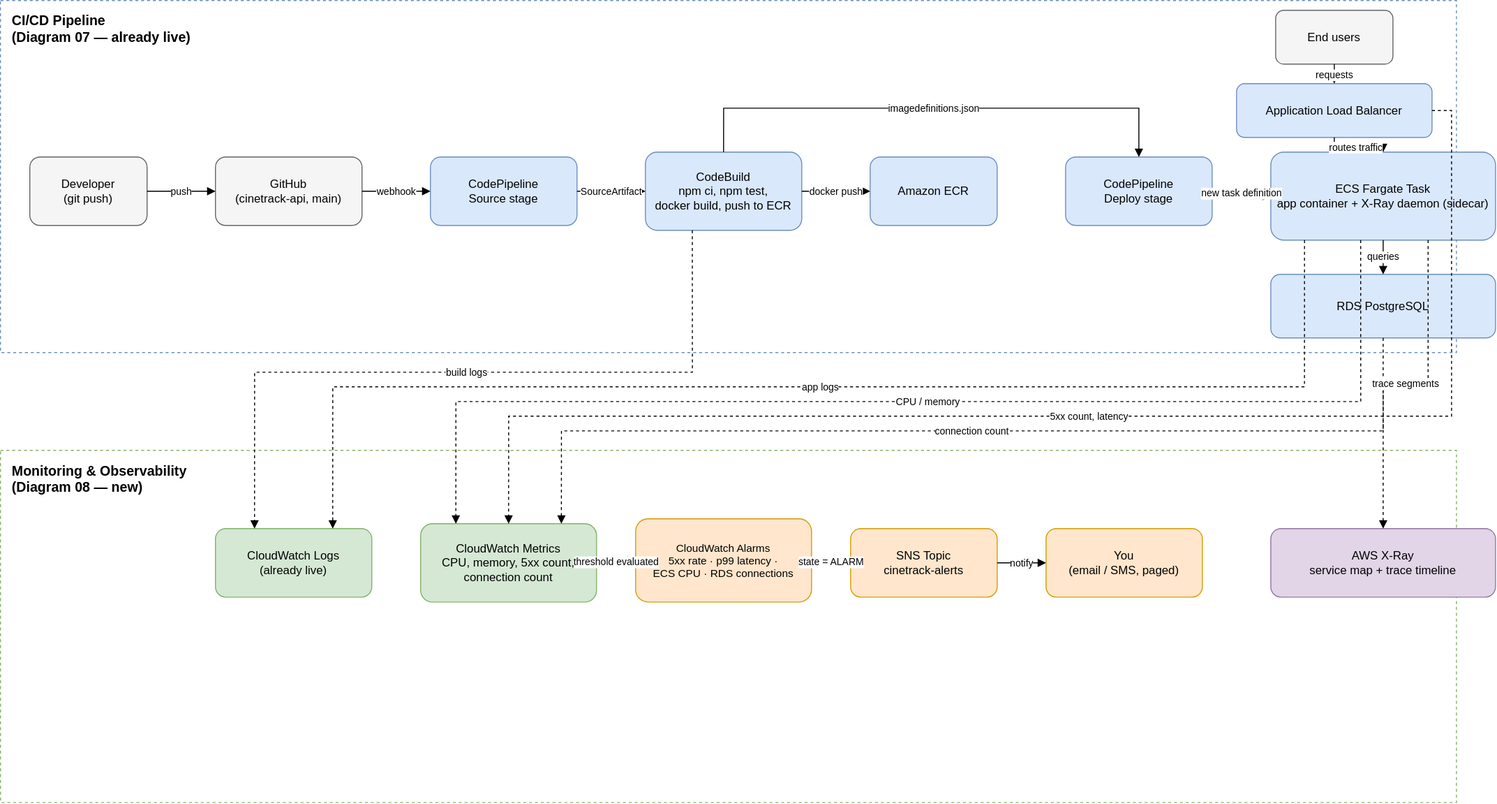
Earlier version of the draw.io export monitor.drawio.svg (Zaamaar/monitor-cinetrack). Source tidied: cells renumbered, new cells last; positions are measured from the earlier drawing's top-left corner, leaving out a move shared by most shapes. Source of this version:
```xml
<mxGraphModel>
  <root>
    <mxCell id="0" />
    <mxCell id="1" parent="0" />
    <mxCell id="2" value="CI/CD Pipeline&#10;(Diagram 07 — already live)" style="rounded=0;whiteSpace=wrap;html=1;fillColor=default;strokeColor=#6c8ebf;verticalAlign=top;fontStyle=1;fontSize=14;dashed=1;align=left;spacingLeft=10;spacingTop=6;" parent="1" vertex="1">
      <mxGeometry width="1490" height="360" as="geometry" />
    </mxCell>
    <mxCell id="3" value="Monitoring &amp; Observability&#10;(Diagram 08 — new)" style="rounded=0;whiteSpace=wrap;html=1;fillColor=none;strokeColor=#82b366;verticalAlign=top;fontStyle=1;fontSize=14;dashed=1;align=left;spacingLeft=10;spacingTop=6;" parent="1" vertex="1">
      <mxGeometry y="460" width="1490" height="360" as="geometry" />
    </mxCell>
    <mxCell id="4" value="End users" style="rounded=1;whiteSpace=wrap;html=1;fillColor=#f5f5f5;strokeColor=#666666;fontSize=12;" parent="1" vertex="1">
      <mxGeometry x="1305" y="10" width="120" height="55" as="geometry" />
    </mxCell>
    <mxCell id="5" value="Application Load Balancer" style="rounded=1;whiteSpace=wrap;html=1;fillColor=#dae8fc;strokeColor=#6c8ebf;fontSize=12;" parent="1" vertex="1">
      <mxGeometry x="1265" y="85" width="200" height="55" as="geometry" />
    </mxCell>
    <mxCell id="6" value="Developer&#10;(git push)" style="rounded=1;whiteSpace=wrap;html=1;fillColor=#f5f5f5;strokeColor=#666666;fontSize=12;" parent="1" vertex="1">
      <mxGeometry x="30" y="160" width="120" height="70" as="geometry" />
    </mxCell>
    <mxCell id="7" value="GitHub&#10;(cinetrack-api, main)" style="rounded=1;whiteSpace=wrap;html=1;fillColor=#f5f5f5;strokeColor=#666666;fontSize=12;" parent="1" vertex="1">
      <mxGeometry x="220" y="160" width="150" height="70" as="geometry" />
    </mxCell>
    <mxCell id="8" value="CodePipeline&#10;Source stage" style="rounded=1;whiteSpace=wrap;html=1;fillColor=#dae8fc;strokeColor=#6c8ebf;fontSize=12;" parent="1" vertex="1">
      <mxGeometry x="440" y="160" width="150" height="70" as="geometry" />
    </mxCell>
    <mxCell id="9" value="CodeBuild&#10;npm ci, npm test,&#10;docker build, push to ECR" style="rounded=1;whiteSpace=wrap;html=1;fillColor=#dae8fc;strokeColor=#6c8ebf;fontSize=12;" parent="1" vertex="1">
      <mxGeometry x="660" y="155" width="160" height="80" as="geometry" />
    </mxCell>
    <mxCell id="10" value="Amazon ECR" style="rounded=1;whiteSpace=wrap;html=1;fillColor=#dae8fc;strokeColor=#6c8ebf;fontSize=12;" parent="1" vertex="1">
      <mxGeometry x="890" y="160" width="130" height="70" as="geometry" />
    </mxCell>
    <mxCell id="11" value="CodePipeline&#10;Deploy stage" style="rounded=1;whiteSpace=wrap;html=1;fillColor=#dae8fc;strokeColor=#6c8ebf;fontSize=12;" parent="1" vertex="1">
      <mxGeometry x="1090" y="160" width="150" height="70" as="geometry" />
    </mxCell>
    <mxCell id="12" value="ECS Fargate Task&#10;app container + X-Ray daemon (sidecar)" style="rounded=1;whiteSpace=wrap;html=1;fillColor=#dae8fc;strokeColor=#6c8ebf;fontSize=12;" parent="1" vertex="1">
      <mxGeometry x="1300" y="155" width="230" height="90" as="geometry" />
    </mxCell>
    <mxCell id="13" value="RDS PostgreSQL" style="rounded=1;whiteSpace=wrap;html=1;fillColor=#dae8fc;strokeColor=#6c8ebf;fontSize=12;" parent="1" vertex="1">
      <mxGeometry x="1300" y="280" width="230" height="65" as="geometry" />
    </mxCell>
    <mxCell id="14" value="CloudWatch Logs&#10;(already live)" style="rounded=1;whiteSpace=wrap;html=1;fillColor=#d5e8d4;strokeColor=#82b366;fontSize=12;" parent="1" vertex="1">
      <mxGeometry x="220" y="540" width="160" height="70" as="geometry" />
    </mxCell>
    <mxCell id="15" value="CloudWatch Metrics&#10;CPU, memory, 5xx count,&#10;connection count" style="rounded=1;whiteSpace=wrap;html=1;fillColor=#d5e8d4;strokeColor=#82b366;fontSize=12;" parent="1" vertex="1">
      <mxGeometry x="430" y="535" width="180" height="80" as="geometry" />
    </mxCell>
    <mxCell id="16" value="CloudWatch Alarms&#10;5xx rate · p99 latency ·&#10;ECS CPU · RDS connections" style="rounded=1;whiteSpace=wrap;html=1;fillColor=#ffe6cc;strokeColor=#d79b00;fontSize=11;" parent="1" vertex="1">
      <mxGeometry x="650" y="530" width="180" height="85" as="geometry" />
    </mxCell>
    <mxCell id="17" value="SNS Topic&#10;cinetrack-alerts" style="rounded=1;whiteSpace=wrap;html=1;fillColor=#ffe6cc;strokeColor=#d79b00;fontSize=12;" parent="1" vertex="1">
      <mxGeometry x="870" y="540" width="150" height="70" as="geometry" />
    </mxCell>
    <mxCell id="18" value="You&#10;(email / SMS, paged)" style="rounded=1;whiteSpace=wrap;html=1;fillColor=#ffe6cc;strokeColor=#d79b00;fontSize=12;" parent="1" vertex="1">
      <mxGeometry x="1070" y="540" width="160" height="70" as="geometry" />
    </mxCell>
    <mxCell id="19" value="AWS X-Ray&#10;service map + trace timeline" style="rounded=1;whiteSpace=wrap;html=1;fillColor=#e1d5e7;strokeColor=#9673a6;fontSize=12;" parent="1" vertex="1">
      <mxGeometry x="1300" y="540" width="230" height="70" as="geometry" />
    </mxCell>
    <mxCell id="20" value="push" style="edgeStyle=orthogonalEdgeStyle;rounded=0;html=1;endArrow=block;fontSize=10;exitX=1;exitY=0.5;entryX=0;entryY=0.5;" parent="1" edge="1" source="6" target="7">
      <mxGeometry relative="1" as="geometry" />
    </mxCell>
    <mxCell id="21" value="webhook" style="edgeStyle=orthogonalEdgeStyle;rounded=0;html=1;endArrow=block;fontSize=10;exitX=1;exitY=0.5;entryX=0;entryY=0.5;" parent="1" edge="1" source="7" target="8">
      <mxGeometry relative="1" as="geometry" />
    </mxCell>
    <mxCell id="22" value="SourceArtifact" style="edgeStyle=orthogonalEdgeStyle;rounded=0;html=1;endArrow=block;fontSize=10;exitX=1;exitY=0.5;entryX=0;entryY=0.5;" parent="1" edge="1" source="8" target="9">
      <mxGeometry relative="1" as="geometry" />
    </mxCell>
    <mxCell id="23" value="docker push" style="edgeStyle=orthogonalEdgeStyle;rounded=0;html=1;endArrow=block;fontSize=10;exitX=1;exitY=0.5;entryX=0;entryY=0.5;" parent="1" edge="1" source="9" target="10">
      <mxGeometry relative="1" as="geometry" />
    </mxCell>
    <mxCell id="24" value="imagedefinitions.json" style="edgeStyle=orthogonalEdgeStyle;rounded=0;html=1;endArrow=block;fontSize=10;exitX=0.5;exitY=0;entryX=0.5;entryY=0;" parent="1" edge="1" source="9" target="11">
      <mxGeometry relative="1" as="geometry">
        <Array as="points">
          <mxPoint x="740" y="110" />
          <mxPoint x="1165" y="110" />
        </Array>
      </mxGeometry>
    </mxCell>
    <mxCell id="25" value="new task definition" style="edgeStyle=orthogonalEdgeStyle;rounded=0;html=1;endArrow=block;fontSize=10;exitX=1;exitY=0.5;entryX=0;entryY=0.5;" parent="1" edge="1" source="11" target="12">
      <mxGeometry relative="1" as="geometry" />
    </mxCell>
    <mxCell id="26" value="queries" style="edgeStyle=orthogonalEdgeStyle;rounded=0;html=1;endArrow=block;fontSize=10;exitX=0.5;exitY=1;entryX=0.5;entryY=0;" parent="1" edge="1" source="12" target="13">
      <mxGeometry relative="1" as="geometry" />
    </mxCell>
    <mxCell id="27" value="routes traffic" style="edgeStyle=orthogonalEdgeStyle;rounded=0;html=1;endArrow=block;fontSize=10;exitX=0.5;exitY=1;entryX=0.5;entryY=0;" parent="1" edge="1" source="5" target="12">
      <mxGeometry relative="1" as="geometry" />
    </mxCell>
    <mxCell id="28" value="requests" style="edgeStyle=orthogonalEdgeStyle;rounded=0;html=1;endArrow=block;fontSize=10;exitX=0.5;exitY=1;entryX=0.5;entryY=0;" parent="1" edge="1" source="4" target="5">
      <mxGeometry relative="1" as="geometry" />
    </mxCell>
    <mxCell id="29" value="build logs" style="edgeStyle=orthogonalEdgeStyle;rounded=0;html=1;endArrow=block;dashed=1;fontSize=10;exitX=0.3;exitY=1;entryX=0.25;entryY=0;" parent="1" edge="1" source="9" target="14">
      <mxGeometry relative="1" as="geometry">
        <Array as="points">
          <mxPoint x="708" y="380" />
          <mxPoint x="260" y="380" />
        </Array>
      </mxGeometry>
    </mxCell>
    <mxCell id="30" value="app logs" style="edgeStyle=orthogonalEdgeStyle;rounded=0;html=1;endArrow=block;dashed=1;fontSize=10;exitX=0.15;exitY=1;entryX=0.75;entryY=0;" parent="1" edge="1" source="12" target="14">
      <mxGeometry relative="1" as="geometry">
        <Array as="points">
          <mxPoint x="1335" y="395" />
          <mxPoint x="340" y="395" />
        </Array>
      </mxGeometry>
    </mxCell>
    <mxCell id="31" value="CPU / memory" style="edgeStyle=orthogonalEdgeStyle;rounded=0;html=1;endArrow=block;dashed=1;fontSize=10;exitX=0.4;exitY=1;entryX=0.2;entryY=0;" parent="1" edge="1" source="12" target="15">
      <mxGeometry relative="1" as="geometry">
        <Array as="points">
          <mxPoint x="1392" y="410" />
          <mxPoint x="466" y="410" />
        </Array>
      </mxGeometry>
    </mxCell>
    <mxCell id="32" value="5xx count, latency" style="edgeStyle=orthogonalEdgeStyle;rounded=0;html=1;endArrow=block;dashed=1;fontSize=10;exitX=1;exitY=0.5;entryX=0.5;entryY=0;" parent="1" edge="1" source="5" target="15">
      <mxGeometry relative="1" as="geometry">
        <Array as="points">
          <mxPoint x="1485" y="112" />
          <mxPoint x="1485" y="425" />
          <mxPoint x="520" y="425" />
        </Array>
      </mxGeometry>
    </mxCell>
    <mxCell id="33" value="connection count" style="edgeStyle=orthogonalEdgeStyle;rounded=0;html=1;endArrow=block;dashed=1;fontSize=10;exitX=0.5;exitY=1;entryX=0.8;entryY=0;" parent="1" edge="1" source="13" target="15">
      <mxGeometry relative="1" as="geometry">
        <Array as="points">
          <mxPoint x="1415" y="440" />
          <mxPoint x="574" y="440" />
        </Array>
      </mxGeometry>
    </mxCell>
    <mxCell id="34" value="trace segments" style="edgeStyle=orthogonalEdgeStyle;rounded=0;html=1;endArrow=block;dashed=1;fontSize=10;exitX=0.7;exitY=1;entryX=0.5;entryY=0;" parent="1" edge="1" source="12" target="19">
      <mxGeometry relative="1" as="geometry" />
    </mxCell>
    <mxCell id="35" value="threshold evaluated" style="edgeStyle=orthogonalEdgeStyle;rounded=0;html=1;endArrow=block;fontSize=10;exitX=1;exitY=0.5;entryX=0;entryY=0.5;" parent="1" edge="1" source="15" target="16">
      <mxGeometry relative="1" as="geometry" />
    </mxCell>
    <mxCell id="36" value="state = ALARM" style="edgeStyle=orthogonalEdgeStyle;rounded=0;html=1;endArrow=block;fontSize=10;exitX=1;exitY=0.5;entryX=0;entryY=0.5;" parent="1" edge="1" source="16" target="17">
      <mxGeometry relative="1" as="geometry" />
    </mxCell>
    <mxCell id="37" value="notify" style="edgeStyle=orthogonalEdgeStyle;rounded=0;html=1;endArrow=block;fontSize=10;exitX=1;exitY=0.5;entryX=0;entryY=0.5;" parent="1" edge="1" source="17" target="18">
      <mxGeometry relative="1" as="geometry" />
    </mxCell>
  </root>
</mxGraphModel>
```
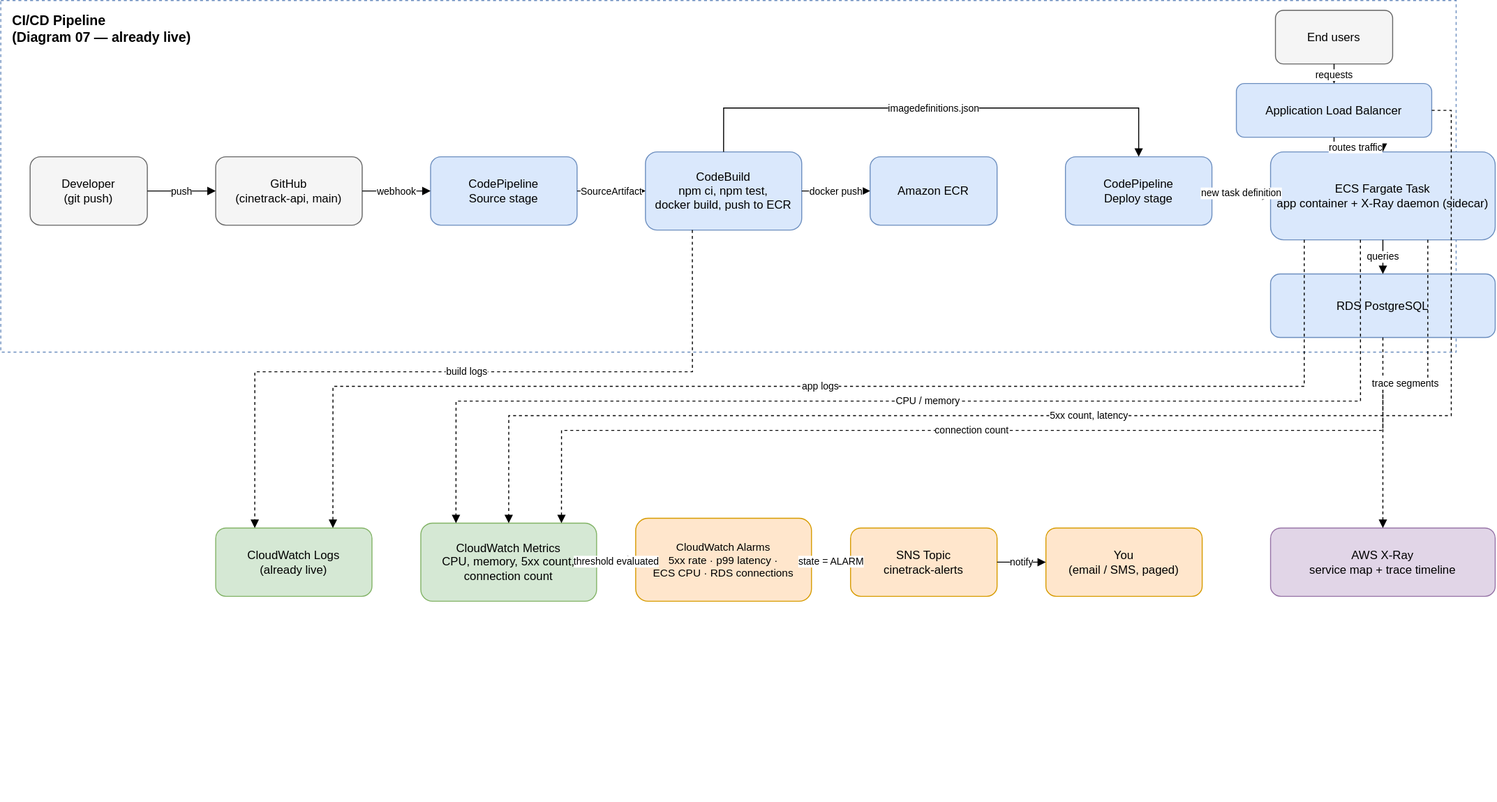
The same file after the commit.

Change to the diagram source:
```diff
@@ -5,7 +5,7 @@
     <mxCell id="2" value="CI/CD Pipeline&#10;(Diagram 07 — already live)" style="rounded=0;whiteSpace=wrap;html=1;fillColor=default;strokeColor=#6c8ebf;verticalAlign=top;fontStyle=1;fontSize=14;dashed=1;align=left;spacingLeft=10;spacingTop=6;" parent="1" vertex="1">
       <mxGeometry width="1490" height="360" as="geometry" />
     </mxCell>
-    <mxCell id="3" value="Monitoring &amp; Observability&#10;(Diagram 08 — new)" style="rounded=0;whiteSpace=wrap;html=1;fillColor=none;strokeColor=#82b366;verticalAlign=top;fontStyle=1;fontSize=14;dashed=1;align=left;spacingLeft=10;spacingTop=6;" parent="1" vertex="1">
+    <mxCell id="3" value="&lt;br&gt;&lt;div&gt;&lt;br&gt;&lt;/div&gt;" style="rounded=0;whiteSpace=wrap;html=1;fillColor=none;strokeColor=none;verticalAlign=top;fontStyle=1;fontSize=14;dashed=1;align=left;spacingLeft=10;spacingTop=6;" parent="1" vertex="1">
       <mxGeometry y="460" width="1490" height="360" as="geometry" />
     </mxCell>
     <mxCell id="4" value="End users" style="rounded=1;whiteSpace=wrap;html=1;fillColor=#f5f5f5;strokeColor=#666666;fontSize=12;" parent="1" vertex="1">
```
